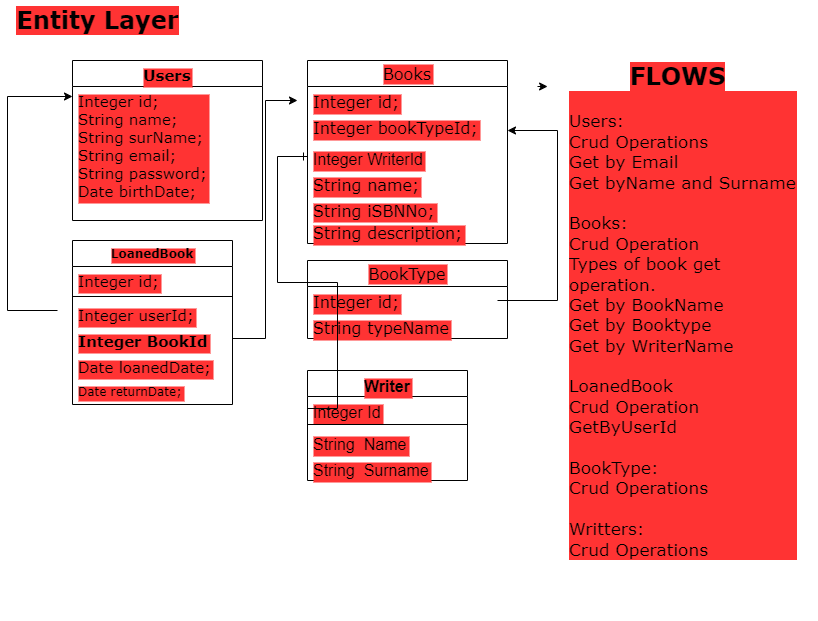
This is projectpaycore.drawio.png from Patika-PayCore-BootCamp-Organization/hw-project-gulnisaslan, a draw.io export, as it was before one commit. Source tidied: cells renumbered, new cells last; positions are measured from the earlier drawing's top-left corner, leaving out a move shared by most shapes. The source it was exported from:
```xml
<mxGraphModel>
  <root>
    <mxCell id="0" />
    <mxCell id="1" parent="0" />
    <mxCell id="2" value="Users" style="swimlane;fontStyle=1;align=center;verticalAlign=top;horizontal=1;startSize=26;fontFamily=Verdana;fontSize=15;labelBackgroundColor=#FF3333;" parent="1" vertex="1">
      <mxGeometry x="65" y="60" width="190" height="160" as="geometry" />
    </mxCell>
    <mxCell id="3" style="line;strokeWidth=1;fillColor=none;align=left;verticalAlign=middle;spacingTop=-1;spacingLeft=3;spacingRight=3;labelPosition=right;fontFamily=Verdana;fontSize=15;labelBackgroundColor=#FF3333;" parent="2" vertex="1">
      <mxGeometry y="26" width="190" as="geometry" />
    </mxCell>
    <mxCell id="4" value="Integer id;&#10;String name;&#10;String surName;&#10;String email;&#10;String password;&#10;Date birthDate;" style="text;strokeColor=none;fillColor=none;align=left;verticalAlign=top;spacingLeft=4;spacingRight=4;overflow=hidden;points=[[0,0.5],[1,0.5]];portConstraint=eastwest;fontFamily=Verdana;fontSize=15;labelBackgroundColor=#FF3333;" parent="2" vertex="1">
      <mxGeometry y="26" width="190" height="134" as="geometry" />
    </mxCell>
    <mxCell id="5" value="Books" style="swimlane;fontStyle=0;horizontal=1;startSize=26;fillColor=none;fontFamily=Verdana;fontSize=16;labelBackgroundColor=#FF3333;" parent="1" vertex="1">
      <mxGeometry x="300" y="60" width="200" height="183" as="geometry" />
    </mxCell>
    <mxCell id="6" value="Integer id;" style="text;strokeColor=none;fillColor=none;align=left;verticalAlign=top;spacingLeft=4;spacingRight=4;overflow=hidden;fontFamily=Verdana;fontSize=16;labelBackgroundColor=#FF3333;" parent="5" vertex="1">
      <mxGeometry y="26" width="200" height="26" as="geometry" />
    </mxCell>
    <mxCell id="7" value="Integer bookTypeId;" style="text;strokeColor=none;fillColor=none;align=left;verticalAlign=top;spacingLeft=4;spacingRight=4;overflow=hidden;fontFamily=Verdana;fontSize=16;labelBackgroundColor=#FF3333;" parent="5" vertex="1">
      <mxGeometry y="52" width="200" height="31" as="geometry" />
    </mxCell>
    <mxCell id="8" value="Integer WriterId" style="text;strokeColor=none;fillColor=none;align=left;verticalAlign=top;spacingLeft=4;spacingRight=4;overflow=hidden;fontSize=16;labelBackgroundColor=#FF3333;" parent="5" vertex="1">
      <mxGeometry y="83" width="200" height="26" as="geometry" />
    </mxCell>
    <mxCell id="9" value="String name;" style="text;strokeColor=none;fillColor=none;align=left;verticalAlign=top;spacingLeft=4;spacingRight=4;overflow=hidden;points=[[0,0.5],[1,0.5]];portConstraint=eastwest;fontFamily=Verdana;fontSize=16;labelBackgroundColor=#FF3333;" parent="5" vertex="1">
      <mxGeometry y="109" width="200" height="26" as="geometry" />
    </mxCell>
    <mxCell id="10" value="String iSBNNo;" style="text;strokeColor=none;fillColor=none;align=left;verticalAlign=top;spacingLeft=4;spacingRight=4;overflow=hidden;fontFamily=Verdana;fontSize=16;labelBackgroundColor=#FF3333;" parent="5" vertex="1">
      <mxGeometry y="135" width="200" height="22" as="geometry" />
    </mxCell>
    <mxCell id="11" value="String description;" style="text;strokeColor=none;fillColor=none;align=left;verticalAlign=top;spacingLeft=4;spacingRight=4;overflow=hidden;fontFamily=Verdana;fontSize=16;labelBackgroundColor=#FF3333;" parent="5" vertex="1">
      <mxGeometry y="157" width="200" height="26" as="geometry" />
    </mxCell>
    <mxCell id="12" value="BookType" style="swimlane;fontStyle=0;horizontal=1;startSize=26;fillColor=none;fontFamily=Verdana;fontSize=16;labelBackgroundColor=#FF3333;" parent="1" vertex="1">
      <mxGeometry x="300" y="260" width="200" height="78" as="geometry" />
    </mxCell>
    <mxCell id="13" value="Integer id;" style="text;strokeColor=none;fillColor=none;align=left;verticalAlign=top;spacingLeft=4;spacingRight=4;overflow=hidden;fontFamily=Verdana;fontSize=16;labelBackgroundColor=#FF3333;" parent="12" vertex="1">
      <mxGeometry y="26" width="200" height="26" as="geometry" />
    </mxCell>
    <mxCell id="14" value="String typeName" style="text;strokeColor=none;fillColor=none;align=left;verticalAlign=top;spacingLeft=4;spacingRight=4;overflow=hidden;fontFamily=Verdana;fontSize=16;labelBackgroundColor=#FF3333;" parent="12" vertex="1">
      <mxGeometry y="52" width="200" height="26" as="geometry" />
    </mxCell>
    <mxCell id="15" value="LoanedBook" style="swimlane;fontStyle=1;align=center;verticalAlign=top;horizontal=1;startSize=26;fontFamily=Verdana;labelBackgroundColor=#FF3333;" parent="1" vertex="1">
      <mxGeometry x="65" y="240" width="160" height="164" as="geometry" />
    </mxCell>
    <mxCell id="16" value="Integer id;" style="text;strokeColor=none;fillColor=none;align=left;verticalAlign=top;spacingLeft=4;spacingRight=4;overflow=hidden;fontFamily=Verdana;fontSize=15;labelBackgroundColor=#FF3333;" parent="15" vertex="1">
      <mxGeometry y="26" width="160" height="26" as="geometry" />
    </mxCell>
    <mxCell id="17" style="line;strokeWidth=1;fillColor=none;align=left;verticalAlign=middle;spacingTop=-1;spacingLeft=3;spacingRight=3;labelPosition=right;fontFamily=Verdana;fontSize=15;labelBackgroundColor=#FF3333;" parent="15" vertex="1">
      <mxGeometry y="52" width="160" height="8" as="geometry" />
    </mxCell>
    <mxCell id="18" value="Integer userId;" style="text;strokeColor=none;fillColor=none;align=left;verticalAlign=top;spacingLeft=4;spacingRight=4;overflow=hidden;fontFamily=Verdana;fontSize=15;labelBackgroundColor=#FF3333;" parent="15" vertex="1">
      <mxGeometry y="60" width="160" height="26" as="geometry" />
    </mxCell>
    <mxCell id="19" value="Integer BookId" style="text;strokeColor=none;fillColor=none;align=left;verticalAlign=top;spacingLeft=4;spacingRight=4;overflow=hidden;fontFamily=Verdana;fontStyle=1;fontSize=15;labelBackgroundColor=#FF3333;" parent="15" vertex="1">
      <mxGeometry y="86" width="160" height="26" as="geometry" />
    </mxCell>
    <mxCell id="20" value="Date loanedDate;" style="text;strokeColor=none;fillColor=none;align=left;verticalAlign=top;spacingLeft=4;spacingRight=4;overflow=hidden;fontFamily=Verdana;fontSize=15;labelBackgroundColor=#FF3333;" parent="15" vertex="1">
      <mxGeometry y="112" width="160" height="26" as="geometry" />
    </mxCell>
    <mxCell id="21" value="Date returnDate;" style="text;strokeColor=none;fillColor=none;align=left;verticalAlign=top;spacingLeft=4;spacingRight=4;overflow=hidden;fontFamily=Verdana;labelBackgroundColor=#FF3333;" parent="15" vertex="1">
      <mxGeometry y="138" width="160" height="26" as="geometry" />
    </mxCell>
    <mxCell id="22" style="edgeStyle=elbowEdgeStyle;elbow=horizontal;endArrow=classic;html=1;rounded=0;fontFamily=Verdana;fontSize=15;labelBackgroundColor=#FF3333;" parent="1" edge="1">
      <mxGeometry relative="1" as="geometry">
        <mxPoint x="50" y="310" as="sourcePoint" />
        <mxPoint x="65" y="96" as="targetPoint" />
        <Array as="points">
          <mxPoint y="300" />
        </Array>
      </mxGeometry>
    </mxCell>
    <mxCell id="23" style="edgeStyle=elbowEdgeStyle;elbow=horizontal;endArrow=classic;html=1;rounded=0;fontFamily=Verdana;fontSize=15;labelBackgroundColor=#FF3333;" parent="1" edge="1">
      <mxGeometry relative="1" as="geometry">
        <mxPoint x="225" y="338" as="sourcePoint" />
        <mxPoint x="290" y="100" as="targetPoint" />
      </mxGeometry>
    </mxCell>
    <mxCell id="24" style="edgeStyle=segmentEdgeStyle;endArrow=classic;html=1;rounded=0;fontFamily=Verdana;labelBackgroundColor=#FF3333;" parent="1" edge="1">
      <mxGeometry relative="1" as="geometry">
        <mxPoint x="490" y="300" as="sourcePoint" />
        <mxPoint x="500" y="130" as="targetPoint" />
        <Array as="points">
          <mxPoint x="550" y="300" />
          <mxPoint x="550" y="130" />
        </Array>
      </mxGeometry>
    </mxCell>
    <mxCell id="25" value="Entity Layer" style="text;strokeColor=none;fillColor=none;html=1;fontSize=24;fontStyle=1;verticalAlign=middle;align=center;fontFamily=Verdana;labelBackgroundColor=#FF3333;" parent="1" vertex="1">
      <mxGeometry x="40" width="100" height="40" as="geometry" />
    </mxCell>
    <mxCell id="26" value="FLOWS" style="text;strokeColor=none;fillColor=none;html=1;fontSize=24;fontStyle=1;verticalAlign=middle;align=center;fontFamily=Verdana;labelBackgroundColor=#FF3333;" parent="1" vertex="1">
      <mxGeometry x="530" y="56" width="280" height="40" as="geometry" />
    </mxCell>
    <mxCell id="27" value="&lt;font style=&quot;font-size: 17px&quot;&gt;&lt;br&gt;Users:&lt;br&gt;Crud Operations&lt;br&gt;Get by Email&lt;br&gt;Get byName and Surname&lt;br&gt;&lt;br&gt;Books:&lt;br&gt;Crud Operation&lt;br&gt;Types of book get operation.&lt;br&gt;Get by BookName&lt;br&gt;Get by Booktype&lt;br&gt;Get by WriterName&lt;br&gt;&lt;br&gt;LoanedBook&lt;br&gt;Crud Operation&lt;br&gt;GetByUserId&amp;nbsp;&lt;br&gt;&lt;br&gt;BookType:&lt;br&gt;Crud Operations&lt;br&gt;&lt;br&gt;Writters:&lt;br&gt;Crud Operations&amp;nbsp;&lt;br&gt;&lt;/font&gt;" style="text;strokeColor=none;fillColor=none;html=1;whiteSpace=wrap;verticalAlign=middle;overflow=hidden;fontFamily=Verdana;labelBackgroundColor=#FF3333;" parent="1" vertex="1">
      <mxGeometry x="560" y="30" width="230" height="590" as="geometry" />
    </mxCell>
    <mxCell id="28" value="Writer" style="swimlane;fontStyle=1;align=center;verticalAlign=top;horizontal=1;startSize=26;fontSize=16;labelBackgroundColor=#FF3333;" parent="1" vertex="1">
      <mxGeometry x="300" y="370" width="160" height="110" as="geometry" />
    </mxCell>
    <mxCell id="29" value="Integer Id" style="text;strokeColor=none;fillColor=none;align=left;verticalAlign=top;spacingLeft=4;spacingRight=4;overflow=hidden;points=[[0,0.5],[1,0.5]];portConstraint=eastwest;fontSize=16;labelBackgroundColor=#FF3333;" parent="28" vertex="1">
      <mxGeometry y="26" width="160" height="24" as="geometry" />
    </mxCell>
    <mxCell id="30" style="line;strokeWidth=1;fillColor=none;align=left;verticalAlign=middle;spacingTop=-1;spacingLeft=3;spacingRight=3;labelPosition=right;fontSize=16;labelBackgroundColor=#FF3333;" parent="28" vertex="1">
      <mxGeometry y="50" width="160" height="8" as="geometry" />
    </mxCell>
    <mxCell id="31" value="String  Name" style="text;strokeColor=none;fillColor=none;align=left;verticalAlign=top;spacingLeft=4;spacingRight=4;overflow=hidden;fontSize=16;labelBackgroundColor=#FF3333;" parent="28" vertex="1">
      <mxGeometry y="58" width="160" height="26" as="geometry" />
    </mxCell>
    <mxCell id="32" value="String  Surname" style="text;strokeColor=none;fillColor=none;align=left;verticalAlign=top;spacingLeft=4;spacingRight=4;overflow=hidden;fontSize=16;labelBackgroundColor=#FF3333;" parent="28" vertex="1">
      <mxGeometry y="84" width="160" height="26" as="geometry" />
    </mxCell>
    <mxCell id="33" style="edgeStyle=entityRelationEdgeStyle;fontSize=12;html=1;endArrow=ERone;endFill=1;rounded=0;exitX=0;exitY=0.5;exitDx=0;exitDy=0;" parent="1" edge="1" source="29">
      <mxGeometry relative="1" as="geometry">
        <mxPoint x="300" y="156" as="targetPoint" />
      </mxGeometry>
    </mxCell>
    <mxCell id="34" style="edgeStyle=orthogonalEdgeStyle;rounded=0;orthogonalLoop=1;jettySize=auto;html=1;exitX=0;exitY=0.75;exitDx=0;exitDy=0;entryX=0.036;entryY=0.75;entryDx=0;entryDy=0;entryPerimeter=0;fontSize=16;" parent="1" edge="1" source="26" target="26">
      <mxGeometry relative="1" as="geometry" />
    </mxCell>
  </root>
</mxGraphModel>
```
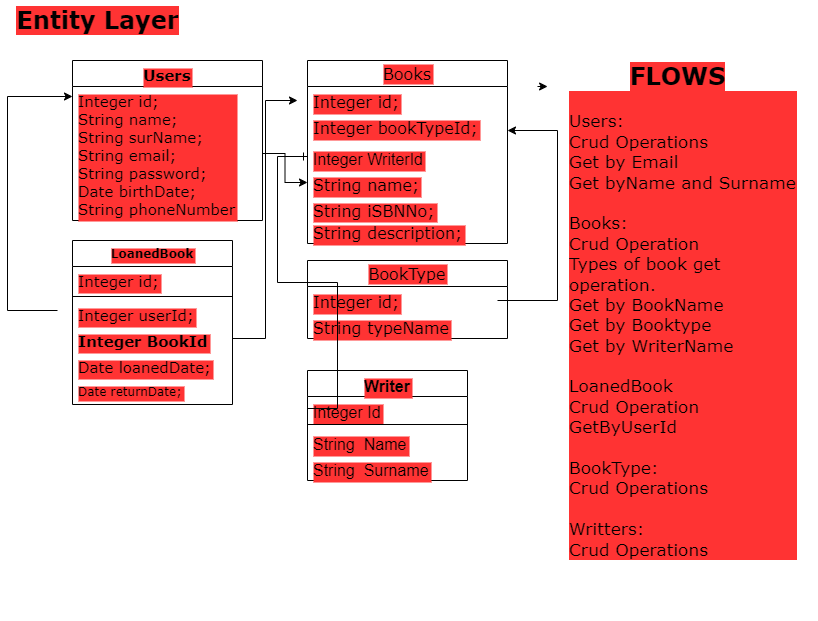
Above is the later version.

Commit message:
added phone number

Change to the diagram source:
```diff
@@ -8,7 +8,7 @@
     <mxCell id="3" style="line;strokeWidth=1;fillColor=none;align=left;verticalAlign=middle;spacingTop=-1;spacingLeft=3;spacingRight=3;labelPosition=right;fontFamily=Verdana;fontSize=15;labelBackgroundColor=#FF3333;" parent="2" vertex="1">
       <mxGeometry y="26" width="190" as="geometry" />
     </mxCell>
-    <mxCell id="4" value="Integer id;&#10;String name;&#10;String surName;&#10;String email;&#10;String password;&#10;Date birthDate;" style="text;strokeColor=none;fillColor=none;align=left;verticalAlign=top;spacingLeft=4;spacingRight=4;overflow=hidden;points=[[0,0.5],[1,0.5]];portConstraint=eastwest;fontFamily=Verdana;fontSize=15;labelBackgroundColor=#FF3333;" parent="2" vertex="1">
+    <mxCell id="4" value="Integer id;&#10;String name;&#10;String surName;&#10;String email;&#10;String password;&#10;Date birthDate;&#10;String phoneNumber" style="text;strokeColor=none;fillColor=none;align=left;verticalAlign=top;spacingLeft=4;spacingRight=4;overflow=hidden;points=[[0,0.5],[1,0.5]];portConstraint=eastwest;fontFamily=Verdana;fontSize=15;labelBackgroundColor=#FF3333;" parent="2" vertex="1">
       <mxGeometry y="26" width="190" height="134" as="geometry" />
     </mxCell>
     <mxCell id="5" value="Books" style="swimlane;fontStyle=0;horizontal=1;startSize=26;fillColor=none;fontFamily=Verdana;fontSize=16;labelBackgroundColor=#FF3333;" parent="1" vertex="1">
@@ -119,5 +119,8 @@
     <mxCell id="34" style="edgeStyle=orthogonalEdgeStyle;rounded=0;orthogonalLoop=1;jettySize=auto;html=1;exitX=0;exitY=0.75;exitDx=0;exitDy=0;entryX=0.036;entryY=0.75;entryDx=0;entryDy=0;entryPerimeter=0;fontSize=16;" parent="1" edge="1" source="26" target="26">
       <mxGeometry relative="1" as="geometry" />
     </mxCell>
+    <mxCell id="35" style="edgeStyle=orthogonalEdgeStyle;rounded=0;jettySize=auto;html=1;" parent="1" edge="1" source="4" target="9">
+      <mxGeometry relative="1" as="geometry" />
+    </mxCell>
   </root>
 </mxGraphModel>
```
